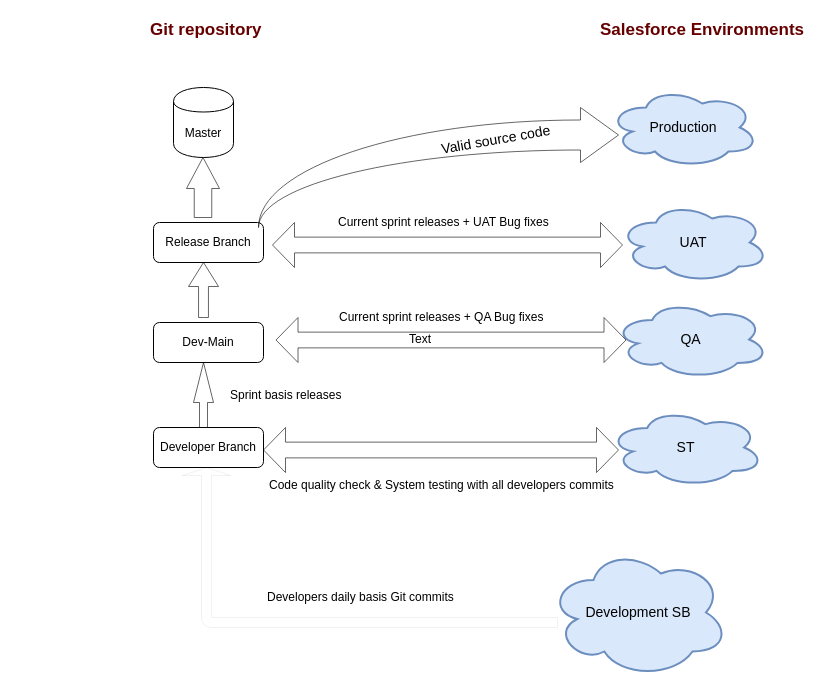
Earlier version of the draw.io diagram config/PLM.drawio (RatnaKumarMukiri/WILEY-PLM). Source tidied: cells renumbered, new cells numbered last; positions are measured from the earlier drawing's top-left corner, leaving out a move shared by most shapes. Both pictures are drawn from the tidied source at 100%, with x=0, y=0 at pixel (148, 17).
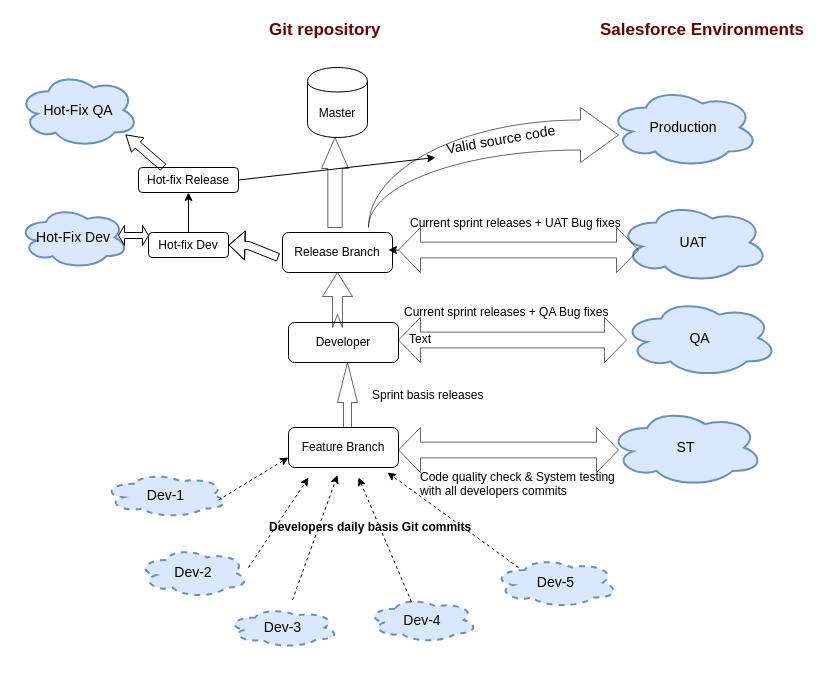
Above is the later version.

The edit, as a diff of the source:
```diff
@@
     <mxCell id="2" value="Master" style="shape=cylinder;whiteSpace=wrap;html=1;boundedLbl=1;backgroundOutline=1;" parent="1" vertex="1">
-      <mxGeometry x="25" y="70" width="60" height="70" as="geometry" />
+      <mxGeometry x="159" y="50" width="60" height="70" as="geometry" />
     </mxCell>
     <mxCell id="3" value="Release Branch" style="rounded=1;whiteSpace=wrap;html=1;" parent="1" vertex="1">
-      <mxGeometry x="5" y="205" width="110" height="40" as="geometry" />
+      <mxGeometry x="134" y="215" width="110" height="40" as="geometry" />
     </mxCell>
-    <mxCell id="4" value="Developer Branch" style="rounded=1;whiteSpace=wrap;html=1;" parent="1" vertex="1">
-      <mxGeometry x="5" y="410" width="110" height="40" as="geometry" />
+    <mxCell id="4" value="Feature Branch" style="rounded=1;whiteSpace=wrap;html=1;" parent="1" vertex="1">
+      <mxGeometry x="140" y="410" width="110" height="40" as="geometry" />
     </mxCell>
@@
     <mxCell id="7" value="&lt;font style=&quot;font-size: 17px&quot;&gt;&lt;b&gt;Git repository&amp;nbsp;&lt;/b&gt;&lt;/font&gt;" style="text;html=1;align=left;verticalAlign=top;spacingTop=-4;fontColor=#660000;" parent="1" vertex="1">
-      <mxGeometry width="130" height="20" as="geometry" />
+      <mxGeometry x="119" width="130" height="20" as="geometry" />
     </mxCell>
@@
     <mxCell id="9" value="QA" style="ellipse;shape=cloud;strokeWidth=2;fontSize=14;whiteSpace=wrap;html=1;align=center;fillColor=#dae8fc;strokeColor=#6c8ebf;" parent="1" vertex="1">
-      <mxGeometry x="465" y="283" width="155" height="78" as="geometry" />
+      <mxGeometry x="474" y="281.5" width="155" height="78" as="geometry" />
     </mxCell>
-    <mxCell id="10" value="Development SB" style="ellipse;shape=cloud;strokeWidth=2;fontSize=14;whiteSpace=wrap;html=1;align=center;fillColor=#dae8fc;strokeColor=#6c8ebf;" parent="1" vertex="1">
-      <mxGeometry x="400" y="530" width="180" height="130" as="geometry" />
+    <mxCell id="10" value="Dev-5" style="ellipse;shape=cloud;strokeWidth=2;fontSize=14;whiteSpace=wrap;html=1;align=center;fillColor=#dae8fc;strokeColor=#6c8ebf;dashed=1;" parent="1" vertex="1">
+      <mxGeometry x="345" y="540" width="125" height="50" as="geometry" />
     </mxCell>
-    <mxCell id="11" value="Dev-Main" style="rounded=1;whiteSpace=wrap;html=1;" parent="1" vertex="1">
-      <mxGeometry x="5" y="305" width="110" height="40" as="geometry" />
+    <mxCell id="11" value="Developer" style="rounded=1;whiteSpace=wrap;html=1;" parent="1" vertex="1">
+      <mxGeometry x="140" y="305" width="110" height="40" as="geometry" />
     </mxCell>
-    <mxCell id="12" style="html=1;shadow=0;dashed=1;align=center;verticalAlign=middle;shape=mxgraph.arrows2.bendArrow;dy=5;dx=8;notch=0;arrowHead=48;rounded=1;direction=north;opacity=60;strokeWidth=0;fillColor=none;" parent="1" vertex="1">
-      <mxGeometry x="34" y="450" width="375" height="160" as="geometry" />
-    </mxCell>
-    <mxCell id="13" value="Developers daily basis Git commits&amp;nbsp;" style="text;html=1;align=left;verticalAlign=top;spacingTop=-4;" parent="1" vertex="1">
-      <mxGeometry x="117" y="570" width="210" height="20" as="geometry" />
+    <mxCell id="13" value="Developers daily basis Git commits&amp;nbsp;" style="text;html=1;align=left;verticalAlign=top;spacingTop=-4;fontStyle=1;" parent="1" vertex="1">
+      <mxGeometry x="119" y="500" width="210" height="20" as="geometry" />
     </mxCell>
     <mxCell id="14" style="html=1;shadow=0;dashed=0;align=center;verticalAlign=middle;shape=mxgraph.arrows2.arrow;dy=0.6;dx=40;direction=north;notch=0;rounded=0;strokeWidth=1;fillColor=none;opacity=60;" parent="1" vertex="1">
-      <mxGeometry x="45" y="345" width="20" height="65" as="geometry" />
+      <mxGeometry x="189" y="345" width="20" height="65" as="geometry" />
     </mxCell>
     <mxCell id="15" value="Sprint basis releases" style="text;html=1;align=left;verticalAlign=top;spacingTop=-4;" parent="1" vertex="1">
-      <mxGeometry x="80" y="367.5" width="130" height="20" as="geometry" />
+      <mxGeometry x="221.5" y="367.5" width="130" height="20" as="geometry" />
     </mxCell>
@@
     <mxCell id="17" style="html=1;shadow=0;dashed=0;align=center;verticalAlign=middle;shape=mxgraph.arrows2.twoWayArrow;dy=0.65;dx=22;rounded=0;strokeWidth=1;fillColor=none;opacity=60;" parent="1" vertex="1">
-      <mxGeometry x="127.5" y="300" width="350" height="45" as="geometry" />
+      <mxGeometry x="250" y="300" width="228" height="45" as="geometry" />
     </mxCell>
     <mxCell id="18" value="Current sprint releases + QA Bug fixes" style="text;html=1;align=left;verticalAlign=top;spacingTop=-4;" parent="1" vertex="1">
-      <mxGeometry x="189" y="290" width="220" height="20" as="geometry" />
+      <mxGeometry x="254" y="285" width="220" height="20" as="geometry" />
     </mxCell>
-    <mxCell id="19" style="html=1;shadow=0;dashed=0;align=center;verticalAlign=middle;shape=mxgraph.arrows2.arrow;dy=0.67;dx=24;direction=north;notch=0;rounded=0;strokeWidth=1;fillColor=none;opacity=60;" parent="1" vertex="1">
-      <mxGeometry x="40" y="245" width="30" height="55" as="geometry" />
+    <mxCell id="19" style="html=1;shadow=0;dashed=0;align=center;verticalAlign=middle;shape=mxgraph.arrows2.arrow;dy=0.67;dx=24;direction=north;notch=13;rounded=0;strokeWidth=1;fillColor=none;opacity=60;" parent="1" vertex="1">
+      <mxGeometry x="174" y="255" width="30" height="55" as="geometry" />
     </mxCell>
+    <mxCell id="28" style="edgeStyle=orthogonalEdgeStyle;rounded=0;jettySize=auto;html=1;exitX=0;exitY=0.5;exitDx=0;exitDy=0;exitPerimeter=0;" parent="1" edge="1" source="20">
+      <mxGeometry relative="1" as="geometry">
+        <mxPoint x="240" y="233" as="targetPoint" />
+      </mxGeometry>
+    </mxCell>
     <mxCell id="20" style="html=1;shadow=0;dashed=0;align=center;verticalAlign=middle;shape=mxgraph.arrows2.twoWayArrow;dy=0.65;dx=22;rounded=0;strokeWidth=1;fillColor=none;opacity=60;" parent="1" vertex="1">
-      <mxGeometry x="124" y="205" width="350" height="45" as="geometry" />
+      <mxGeometry x="250" y="210" width="240" height="45" as="geometry" />
     </mxCell>
     <mxCell id="21" value="Current sprint releases + UAT Bug fixes" style="text;html=1;align=left;verticalAlign=top;spacingTop=-4;" parent="1" vertex="1">
-      <mxGeometry x="187.5" y="195" width="230" height="20" as="geometry" />
+      <mxGeometry x="260" y="196" width="230" height="20" as="geometry" />
     </mxCell>
     <mxCell id="22" style="html=1;shadow=0;dashed=0;align=center;verticalAlign=middle;shape=mxgraph.arrows2.jumpInArrow;dy=15;dx=38;arrowHead=55;rounded=0;strokeWidth=1;fillColor=none;opacity=60;" parent="1" vertex="1">
-      <mxGeometry x="110" y="90" width="360" height="120" as="geometry" />
+      <mxGeometry x="220" y="90" width="250" height="120" as="geometry" />
     </mxCell>
     <mxCell id="23" value="&lt;font style=&quot;font-size: 14px&quot;&gt;Valid source code&lt;/font&gt;" style="text;html=1;align=left;verticalAlign=top;spacingTop=-4;rotation=-10;" parent="1" vertex="1">
-      <mxGeometry x="290" y="110" width="130" height="20" as="geometry" />
+      <mxGeometry x="295" y="110" width="130" height="20" as="geometry" />
     </mxCell>
     <mxCell id="24" style="html=1;shadow=0;dashed=0;align=center;verticalAlign=middle;shape=mxgraph.arrows2.arrow;dy=0.47;dx=31;direction=north;notch=0;rounded=0;strokeWidth=1;fillColor=none;opacity=60;" parent="1" vertex="1">
-      <mxGeometry x="38" y="140" width="33" height="60" as="geometry" />
+      <mxGeometry x="173" y="120" width="27" height="90" as="geometry" />
     </mxCell>
@@
     <mxCell id="26" style="html=1;shadow=0;dashed=0;align=center;verticalAlign=middle;shape=mxgraph.arrows2.twoWayArrow;dy=0.65;dx=22;rounded=0;strokeWidth=1;fillColor=none;opacity=60;" parent="1" vertex="1">
-      <mxGeometry x="115" y="410" width="355" height="45" as="geometry" />
+      <mxGeometry x="250" y="410" width="220" height="45" as="geometry" />
     </mxCell>
-    <mxCell id="27" value="Code quality check &amp;amp; System testing with all developers commits" style="text;html=1;align=left;verticalAlign=top;spacingTop=-4;" parent="1" vertex="1">
-      <mxGeometry x="119" y="458" width="360" height="20" as="geometry" />
+    <mxCell id="27" value="Code quality check &amp;amp; System testing &lt;br&gt;with all developers commits" style="text;html=1;align=left;verticalAlign=top;spacingTop=-4;" parent="1" vertex="1">
+      <mxGeometry x="270" y="450" width="210" height="30" as="geometry" />
     </mxCell>
+    <mxCell id="29" style="edgeStyle=orthogonalEdgeStyle;rounded=0;jettySize=auto;html=1;" parent="1" edge="1" source="30" target="31">
+      <mxGeometry relative="1" as="geometry" />
+    </mxCell>
+    <mxCell id="30" value="Hot-fix Dev" style="rounded=1;whiteSpace=wrap;html=1;" parent="1" vertex="1">
+      <mxGeometry y="215" width="80" height="25" as="geometry" />
+    </mxCell>
+    <mxCell id="31" value="Hot-fix Release" style="rounded=1;whiteSpace=wrap;html=1;" parent="1" vertex="1">
+      <mxGeometry x="-10" y="150" width="100" height="25" as="geometry" />
+    </mxCell>
+    <mxCell id="32" value="Hot-Fix QA" style="ellipse;shape=cloud;strokeWidth=2;fontSize=14;whiteSpace=wrap;html=1;align=center;fillColor=#dae8fc;strokeColor=#6c8ebf;" parent="1" vertex="1">
+      <mxGeometry x="-130" y="55" width="120" height="75" as="geometry" />
+    </mxCell>
+    <mxCell id="33" value="Hot-Fix Dev" style="ellipse;shape=cloud;strokeWidth=2;fontSize=14;whiteSpace=wrap;html=1;align=center;fillColor=#dae8fc;strokeColor=#6c8ebf;" parent="1" vertex="1">
+      <mxGeometry x="-130" y="189" width="110" height="62" as="geometry" />
+    </mxCell>
+    <mxCell id="34" style="shape=flexArrow;endArrow=classic;html=1;width=8;endSize=4.97;entryX=1;entryY=0.5;entryDx=0;entryDy=0;" parent="1" edge="1" target="30">
+      <mxGeometry relative="1" as="geometry">
+        <mxPoint x="130" y="240" as="sourcePoint" />
+        <Array as="points">
+          <mxPoint x="100" y="228" />
+        </Array>
+      </mxGeometry>
+    </mxCell>
+    <mxCell id="35" style="shape=flexArrow;endArrow=classic;html=1;width=8;endSize=4.88;entryX=0.892;entryY=0.827;entryDx=0;entryDy=0;entryPerimeter=0;endWidth=10;" parent="1" edge="1" target="32">
+      <mxGeometry relative="1" as="geometry">
+        <mxPoint x="15" y="150" as="sourcePoint" />
+      </mxGeometry>
+    </mxCell>
+    <mxCell id="36" style="endArrow=classic;html=1;exitX=1;exitY=0.5;exitDx=0;exitDy=0;" parent="1" edge="1" source="31">
+      <mxGeometry relative="1" as="geometry">
+        <mxPoint x="287" y="140" as="targetPoint" />
+      </mxGeometry>
+    </mxCell>
+    <mxCell id="37" style="shape=doubleArrow;whiteSpace=wrap;html=1;" parent="1" vertex="1">
+      <mxGeometry x="-30" y="208" width="30" height="20" as="geometry" />
+    </mxCell>
+    <mxCell id="38" value="Dev-4" style="ellipse;shape=cloud;strokeWidth=2;fontSize=14;whiteSpace=wrap;html=1;align=center;fillColor=#dae8fc;strokeColor=#6c8ebf;dashed=1;" parent="1" vertex="1">
+      <mxGeometry x="219" y="580" width="110" height="45" as="geometry" />
+    </mxCell>
+    <mxCell id="39" value="Dev-3" style="ellipse;shape=cloud;strokeWidth=2;fontSize=14;whiteSpace=wrap;html=1;align=center;fillColor=#dae8fc;strokeColor=#6c8ebf;dashed=1;" parent="1" vertex="1">
+      <mxGeometry x="79" y="590" width="111" height="40" as="geometry" />
+    </mxCell>
+    <mxCell id="40" value="Dev-2" style="ellipse;shape=cloud;strokeWidth=2;fontSize=14;whiteSpace=wrap;html=1;align=center;fillColor=#dae8fc;strokeColor=#6c8ebf;dashed=1;" parent="1" vertex="1">
+      <mxGeometry x="-10" y="530" width="110" height="50" as="geometry" />
+    </mxCell>
+    <mxCell id="41" value="Dev-1" style="ellipse;shape=cloud;strokeWidth=2;fontSize=14;whiteSpace=wrap;html=1;align=center;fillColor=#dae8fc;strokeColor=#6c8ebf;dashed=1;" parent="1" vertex="1">
+      <mxGeometry x="-45" y="455" width="125" height="45" as="geometry" />
+    </mxCell>
+    <mxCell id="42" style="endArrow=classic;html=1;entryX=0;entryY=0.75;entryDx=0;entryDy=0;dashed=1;" parent="1" edge="1" target="4">
+      <mxGeometry relative="1" as="geometry">
+        <mxPoint x="70" y="482.5" as="sourcePoint" />
+      </mxGeometry>
+    </mxCell>
+    <mxCell id="43" style="endArrow=classic;html=1;entryX=0;entryY=0.75;entryDx=0;entryDy=0;dashed=1;" parent="1" edge="1">
+      <mxGeometry relative="1" as="geometry">
+        <mxPoint x="100" y="550" as="sourcePoint" />
+        <mxPoint x="160" y="460" as="targetPoint" />
+      </mxGeometry>
+    </mxCell>
+    <mxCell id="44" style="endArrow=classic;html=1;entryX=0;entryY=0.75;entryDx=0;entryDy=0;dashed=1;" parent="1" edge="1">
+      <mxGeometry relative="1" as="geometry">
+        <mxPoint x="144" y="582.5" as="sourcePoint" />
+        <mxPoint x="189" y="457.5" as="targetPoint" />
+      </mxGeometry>
+    </mxCell>
+    <mxCell id="45" style="endArrow=classic;html=1;dashed=1;exitX=0.4;exitY=0.1;exitDx=0;exitDy=0;exitPerimeter=0;" parent="1" edge="1" source="38">
+      <mxGeometry relative="1" as="geometry">
+        <mxPoint x="210" y="460" as="targetPoint" />
+      </mxGeometry>
+    </mxCell>
+    <mxCell id="46" style="endArrow=classic;html=1;dashed=1;exitX=0.2;exitY=0.2;exitDx=0;exitDy=0;exitPerimeter=0;" parent="1" edge="1" source="10">
+      <mxGeometry relative="1" as="geometry">
+        <mxPoint x="239" y="455" as="targetPoint" />
+      </mxGeometry>
+    </mxCell>
```
